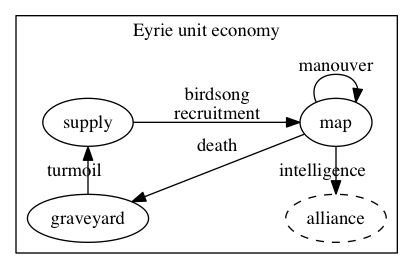
Earlier version of the Graphviz export diagrams/eyrie-units.png (krawaller/root). Its source is kept beside it as diagrams/eyrie-units.dot.
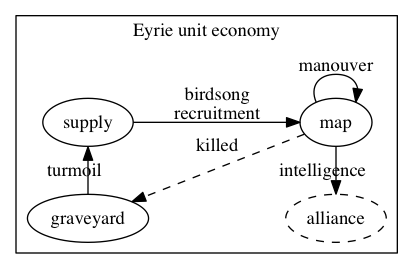
The same file after the commit.

The edit, as a diff of the source:
```diff
@@ -10,7 +10,7 @@
 
     supply -> map [label="birdsong\nrecruitment"]
 
-    map -> graveyard [label="death"]
+    map -> graveyard [label="killed" style=dashed]
 
     map -> map [label="manouver"]
 
```
